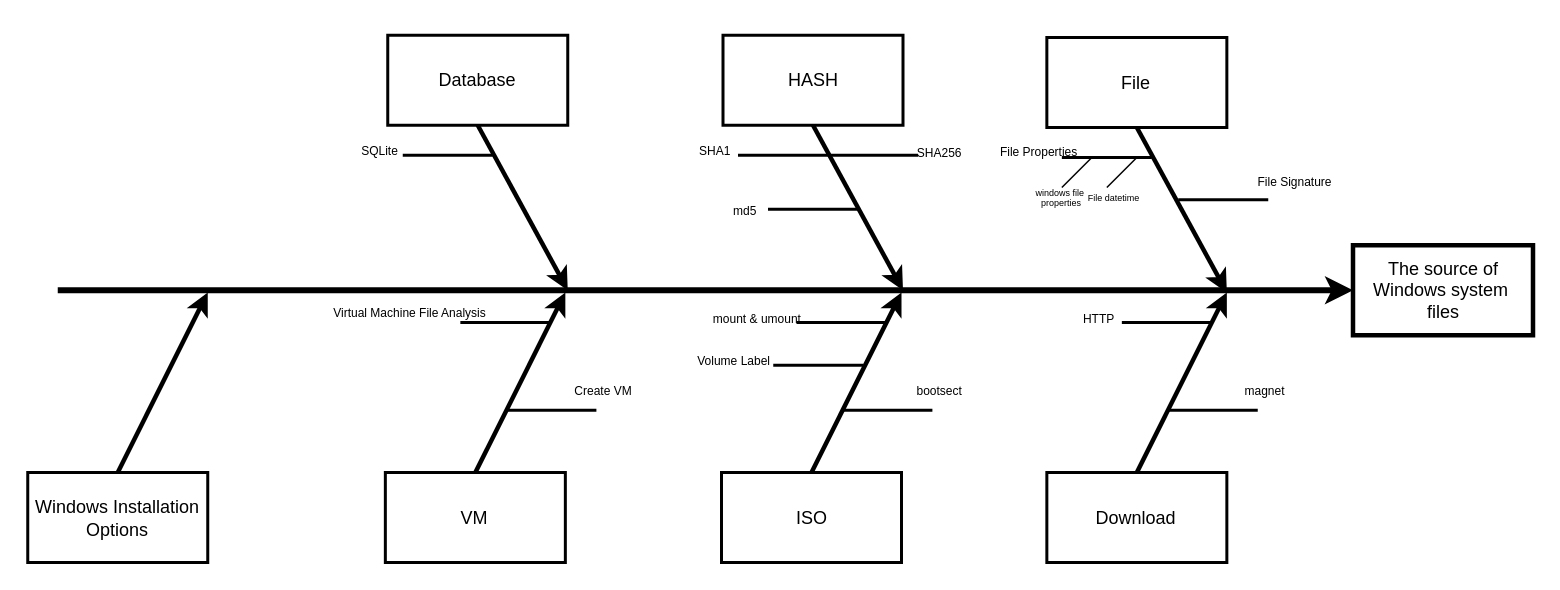
This is document/Technologies Diagram/technologies.drawio from zijing-zhou/windows-file-source, a draw.io file, before an edit. Source tidied: cells renumbered, new cells numbered last; positions are measured from the earlier drawing's top-left corner, leaving out a move shared by most shapes. Both pictures are drawn from the tidied source at 150%, with x=0, y=0 at pixel (27, 34).
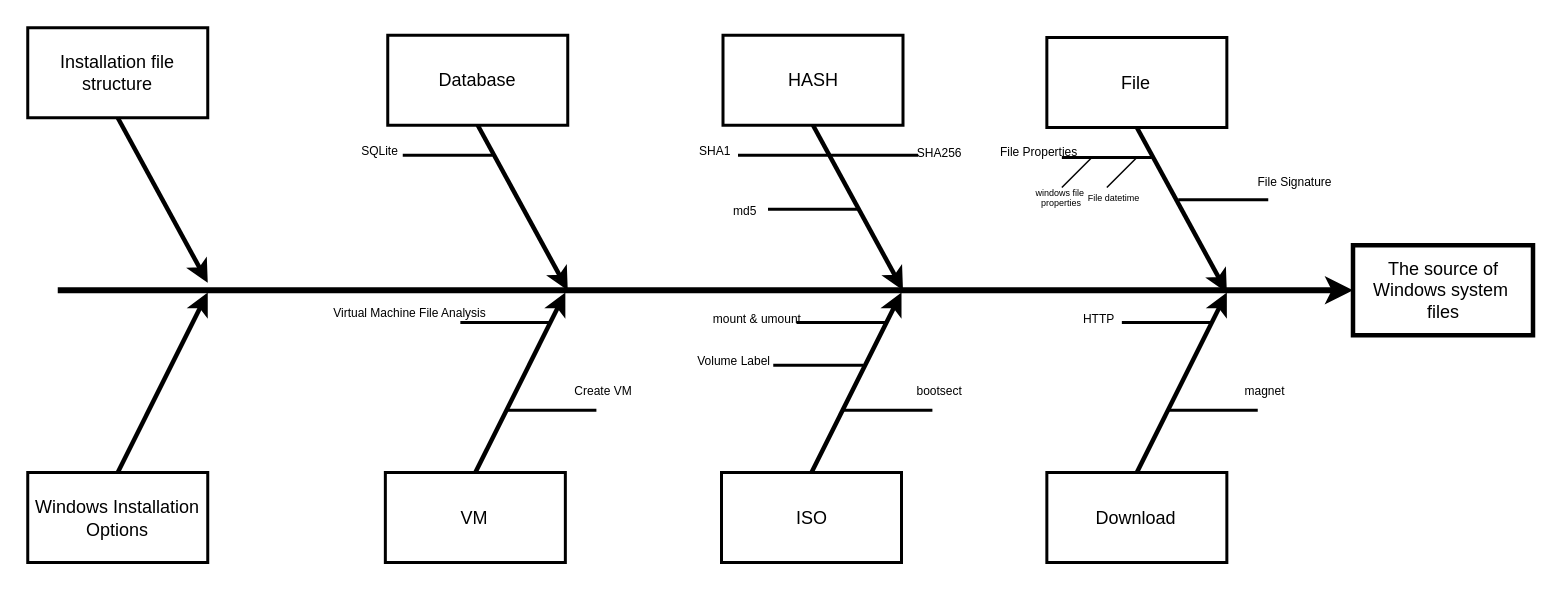
The same page after the edit.

The edit, as a diff of the source:
```diff
@@
+    <mxCell id="48" value="Installation file structure" style="whiteSpace=wrap;strokeWidth=2;" parent="1" vertex="1">
+      <mxGeometry y="-5" width="120" height="60" as="geometry" />
+    </mxCell>
+    <mxCell id="49" style="edgeStyle=none;exitX=0.5;exitY=1;strokeWidth=3;rounded=0;" parent="1" edge="1" source="48">
+      <mxGeometry relative="1" as="geometry">
+        <mxPoint x="120" y="165" as="targetPoint" />
+      </mxGeometry>
+    </mxCell>
```
